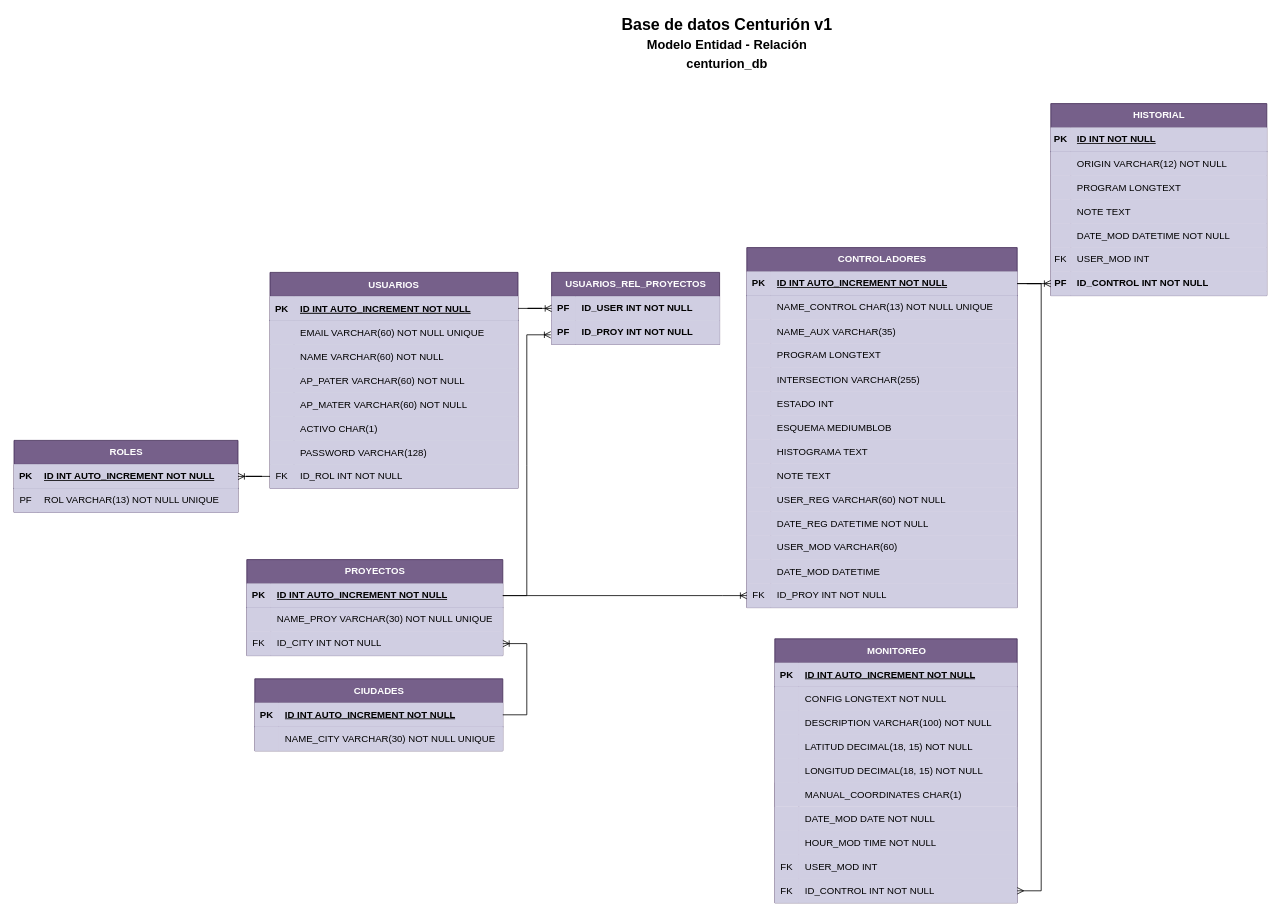
Earlier version of the draw.io diagram page "ERD-CEN-V1" (1 of 4) of BD-CENTURION.drawio (ChirinosM/Prueba). Source tidied: cells renumbered, new cells numbered last; positions are measured from the earlier drawing's top-left corner, leaving out a move shared by most shapes. Both pictures are drawn from the tidied source at 80%, with x=0, y=0 at pixel (14, 14).
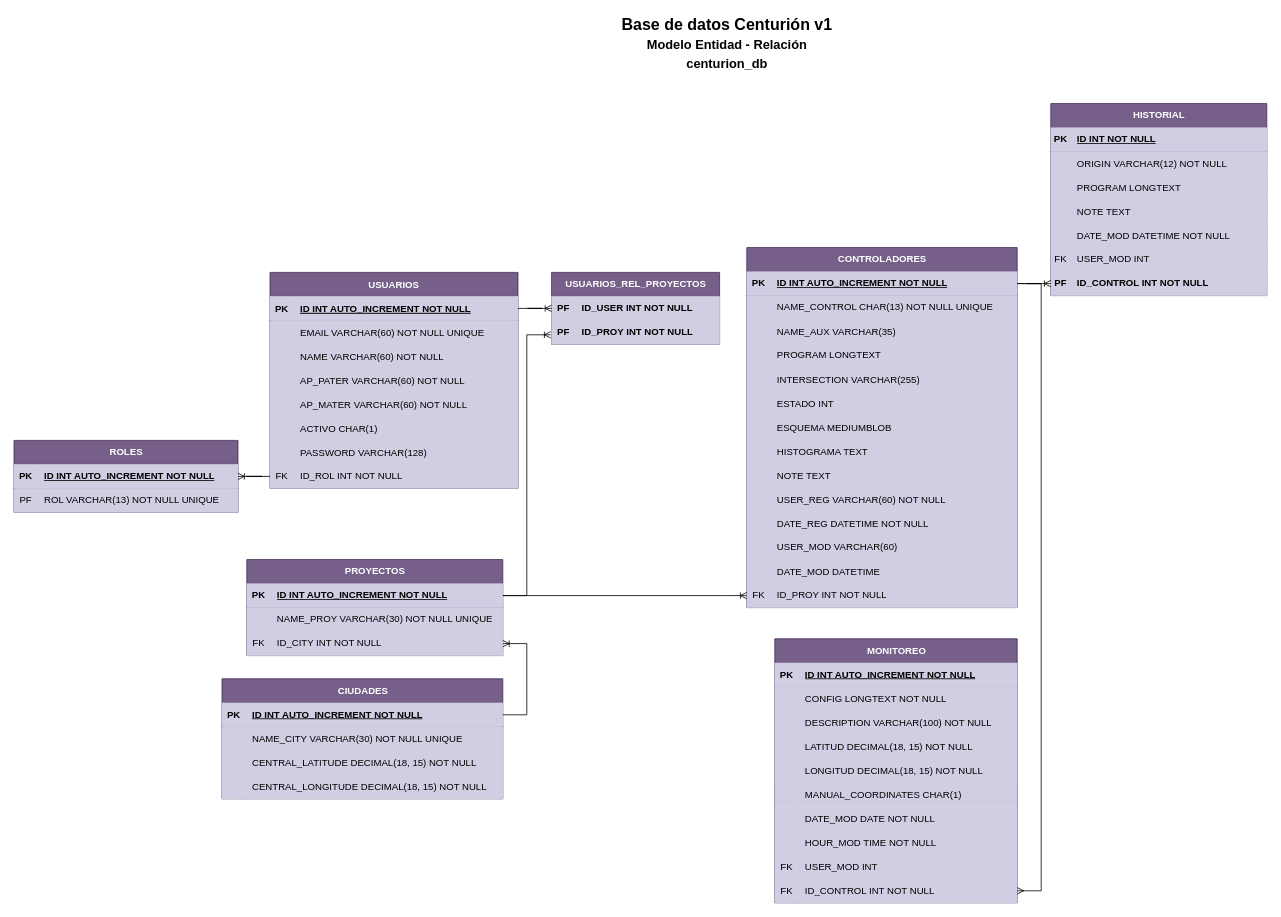
After the change.

The edit, as a diff of the source:
```diff
@@
     <mxCell id="2" value="CIUDADES" style="shape=table;startSize=30;childLayout=tableLayout;rowLines=0;fontStyle=1;align=center;html=1;fillColor=#76608a;strokeColor=#432D57;fontColor=#ffffff;rounded=0;" parent="1" vertex="1">
-      <mxGeometry x="301" y="830" width="310" height="90" as="geometry" />
+      <mxGeometry x="260" y="830" width="351" height="150" as="geometry" />
     </mxCell>
     <mxCell id="3" style="shape=tableRow;horizontal=0;startSize=0;swimlaneHead=0;swimlaneBody=0;fillColor=#d0cee2;points=[[0,0.5],[1,0.5]];portConstraint=eastwest;top=0;left=0;right=0;bottom=1;strokeColor=#56517e;rounded=0;" parent="2" vertex="1">
-      <mxGeometry y="30" width="310" height="30" as="geometry" />
+      <mxGeometry y="30" width="351" height="30" as="geometry" />
     </mxCell>
@@
     <mxCell id="5" value="ID INT AUTO_INCREMENT NOT NULL" style="shape=partialRectangle;fillColor=#d0cee2;top=0;left=0;bottom=0;right=0;align=left;spacingLeft=6;fontStyle=5;overflow=hidden;whiteSpace=wrap;html=1;strokeColor=#56517e;rounded=0;" parent="3" vertex="1">
-      <mxGeometry x="30" width="280" height="30" as="geometry" />
+      <mxGeometry x="30" width="321" height="30" as="geometry" />
     </mxCell>
     <mxCell id="6" style="shape=tableRow;horizontal=0;startSize=0;swimlaneHead=0;swimlaneBody=0;fillColor=#d0cee2;top=0;left=0;right=0;bottom=0;strokeColor=#56517e;rounded=0;" parent="2" vertex="1">
-      <mxGeometry y="60" width="310" height="30" as="geometry" />
+      <mxGeometry y="60" width="351" height="30" as="geometry" />
     </mxCell>
@@
     <mxCell id="8" value="NAME_CITY VARCHAR(30) NOT NULL UNIQUE" style="shape=partialRectangle;fillColor=#d0cee2;top=0;left=0;bottom=0;right=0;align=left;spacingLeft=6;overflow=hidden;whiteSpace=wrap;html=1;strokeColor=#56517e;rounded=0;" parent="6" vertex="1">
-      <mxGeometry x="30" width="280" height="30" as="geometry" />
+      <mxGeometry x="30" width="321" height="30" as="geometry" />
     </mxCell>
+    <mxCell id="162" style="shape=tableRow;horizontal=0;startSize=0;swimlaneHead=0;swimlaneBody=0;fillColor=#D0CEE2;top=0;left=0;right=0;bottom=0;" parent="2" vertex="1">
+      <mxGeometry y="90" width="351" height="30" as="geometry" />
+    </mxCell>
+    <mxCell id="163" style="shape=partialRectangle;fillColor=#D0CEE2;top=0;left=0;bottom=0;right=0;overflow=hidden;" parent="162" vertex="1">
+      <mxGeometry width="30" height="30" as="geometry" />
+    </mxCell>
+    <mxCell id="164" value="CENTRAL_LATITUDE DECIMAL(18, 15) NOT NULL" style="shape=partialRectangle;fillColor=#D0CEE2;top=0;left=0;bottom=0;right=0;align=left;spacingLeft=6;overflow=hidden;" parent="162" vertex="1">
+      <mxGeometry x="30" width="321" height="30" as="geometry" />
+    </mxCell>
+    <mxCell id="165" style="shape=tableRow;horizontal=0;startSize=0;swimlaneHead=0;swimlaneBody=0;fillColor=#D0CEE2;top=0;left=0;right=0;bottom=0;" parent="2" vertex="1">
+      <mxGeometry y="120" width="351" height="30" as="geometry" />
+    </mxCell>
+    <mxCell id="166" style="shape=partialRectangle;fillColor=#D0CEE2;top=0;left=0;bottom=0;right=0;overflow=hidden;" parent="165" vertex="1">
+      <mxGeometry width="30" height="30" as="geometry" />
+    </mxCell>
+    <mxCell id="167" value="CENTRAL_LONGITUDE DECIMAL(18, 15) NOT NULL" style="shape=partialRectangle;fillColor=#D0CEE2;top=0;left=0;bottom=0;right=0;align=left;spacingLeft=6;overflow=hidden;" parent="165" vertex="1">
+      <mxGeometry x="30" width="321" height="30" as="geometry" />
+    </mxCell>
```
